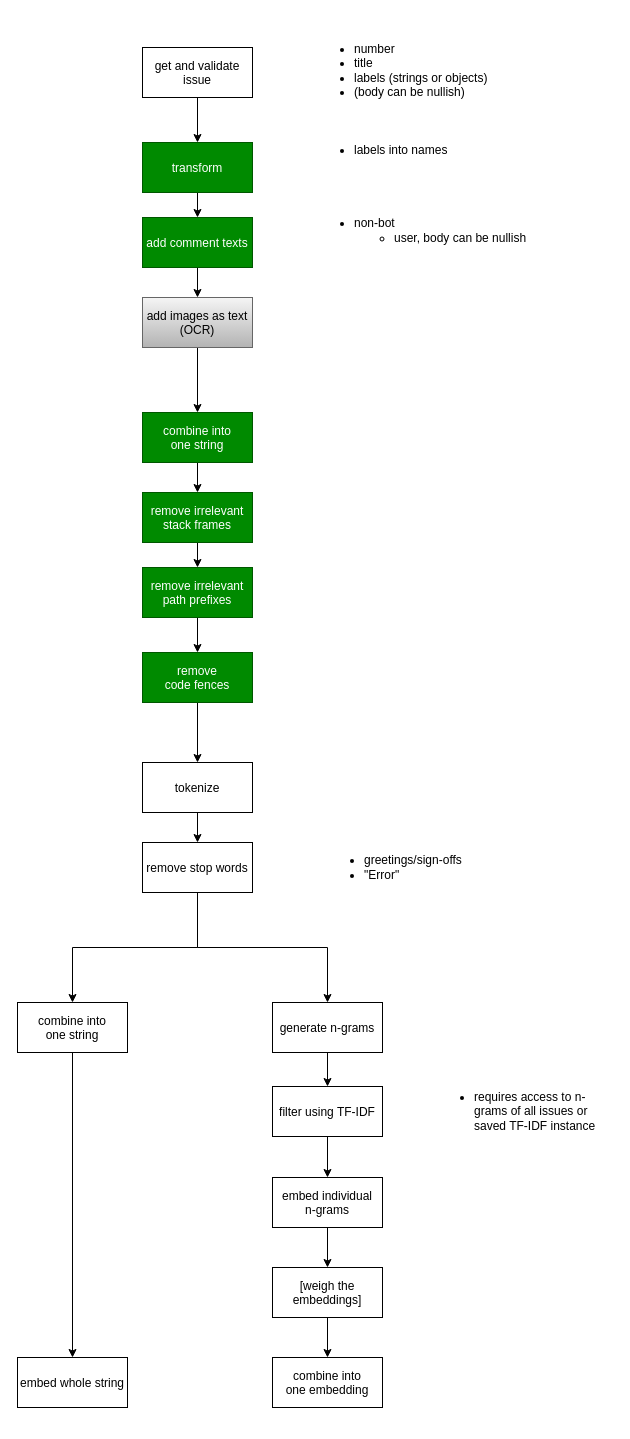
tim-sh/embeddings keeps this draw.io diagram as docs/pipeline.drawio. Above is the earlier version. Source tidied: cells renumbered, new cells numbered last; positions are measured from the earlier drawing's top-left corner, leaving out a move shared by most shapes. Both pictures are drawn from the tidied source at 100%, with x=0, y=0 at pixel (17, 17).
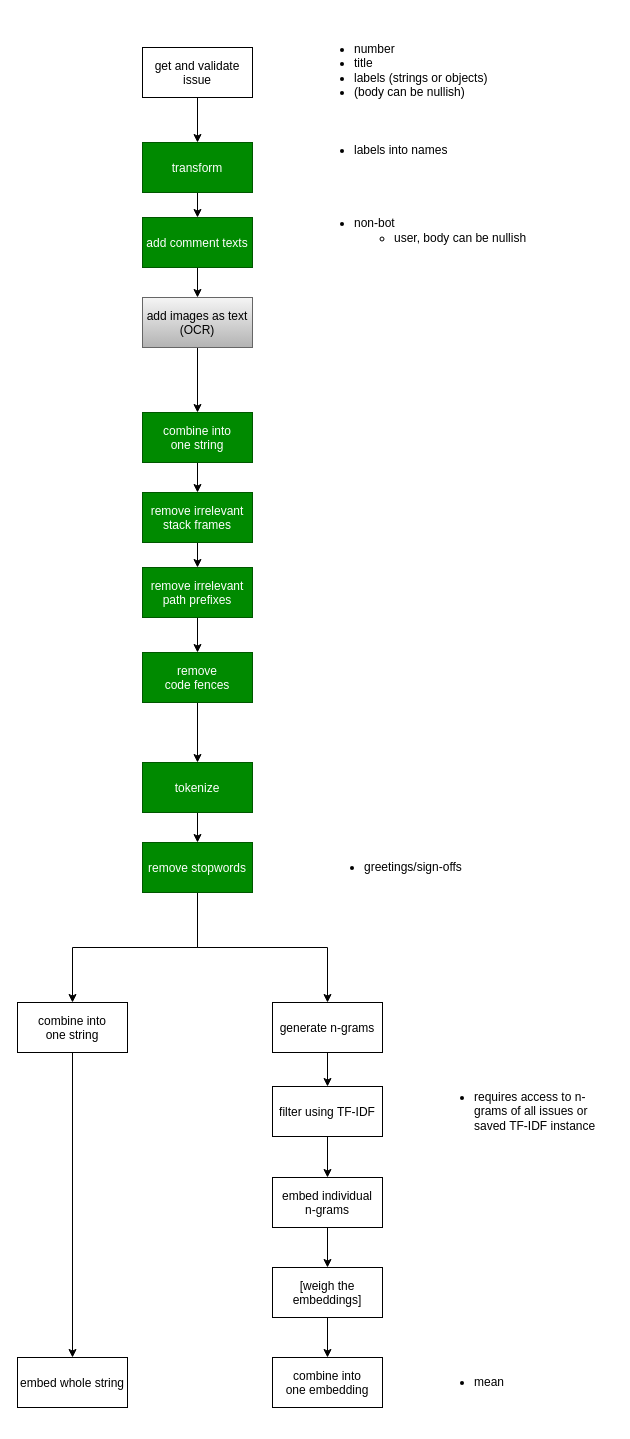
Above is the later version.

Diff of the diagram source:
```diff
@@
-    <mxCell id="6" value="&lt;ul&gt;&lt;li&gt;greetings/sign-offs&lt;/li&gt;&lt;li&gt;&quot;Error&quot;&lt;/li&gt;&lt;/ul&gt;" style="text;strokeColor=none;fillColor=none;html=1;whiteSpace=wrap;verticalAlign=middle;overflow=hidden;" parent="1" vertex="1">
+    <mxCell id="6" value="&lt;ul&gt;&lt;li&gt;greetings/sign-offs&lt;/li&gt;&lt;/ul&gt;" style="text;strokeColor=none;fillColor=none;html=1;whiteSpace=wrap;verticalAlign=middle;overflow=hidden;" parent="1" vertex="1">
       <mxGeometry x="305" y="810" width="180" height="80" as="geometry" />
     </mxCell>
@@
-    <mxCell id="8" value="tokenize" parent="1" vertex="1">
+    <mxCell id="8" value="tokenize" style="fillColor=#008a00;fontColor=#ffffff;strokeColor=#005700;" parent="1" vertex="1">
       <mxGeometry x="125" y="745" width="110" height="50" as="geometry" />
     </mxCell>
@@
-    <mxCell id="11" value="remove stop words" parent="1" vertex="1">
+    <mxCell id="11" value="remove stopwords" style="fillColor=#008a00;fontColor=#ffffff;strokeColor=#005700;" parent="1" vertex="1">
       <mxGeometry x="125" y="825" width="110" height="50" as="geometry" />
     </mxCell>
@@
-    <mxCell id="16" value="add images as text&#10;(OCR)" style="fillColor=#f5f5f5;gradientColor=#b3b3b3;strokeColor=#666666;" parent="1" vertex="1">
+    <mxCell id="16" value="add images as text&#10;(OCR)" style="fillColor=#f5f5f5;gradientColor=#b3b3b3;strokeColor=#666666;fontColor=#000000;" parent="1" vertex="1">
       <mxGeometry x="125" y="280" width="110" height="50" as="geometry" />
     </mxCell>
@@
+    <mxCell id="40" value="&lt;ul&gt;&lt;li&gt;mean&lt;/li&gt;&lt;/ul&gt;" style="text;strokeColor=none;fillColor=none;html=1;whiteSpace=wrap;verticalAlign=middle;overflow=hidden;" parent="1" vertex="1">
+      <mxGeometry x="415" y="1325" width="180" height="80" as="geometry" />
+    </mxCell>
```
